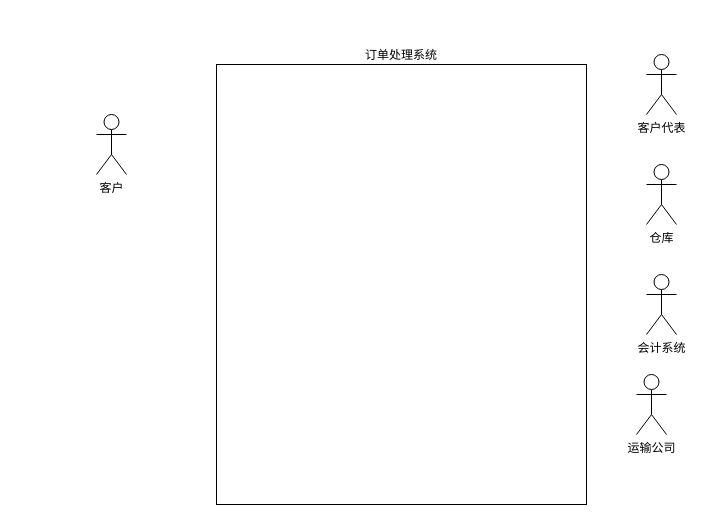
Above: orders_UseCase.drawio in yayaer123/drawio_demo (draw.io), before the change. Source tidied: cells renumbered, new cells numbered last; positions are measured from the earlier drawing's top-left corner, leaving out a move shared by most shapes. Both pictures are drawn from the tidied source at 100%, with x=0, y=0 at pixel (96, 54).
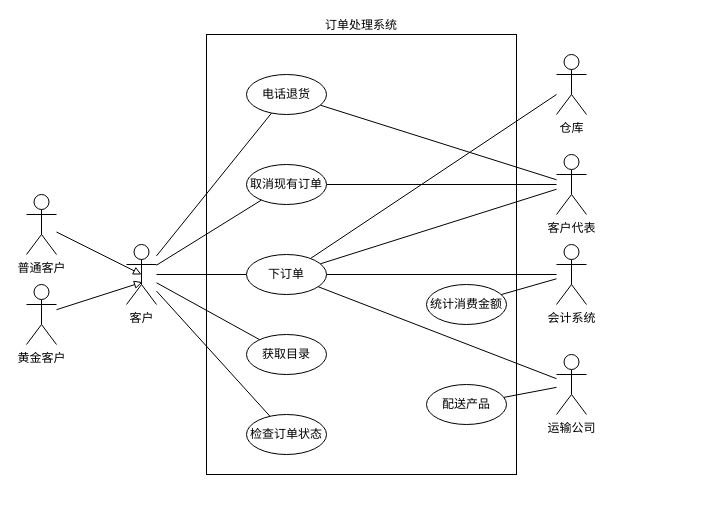
The same page after the edit.

Diff of the diagram source:
```diff
@@
     <mxCell id="2" value="订单处理系统" style="rounded=0;whiteSpace=wrap;html=1;labelPosition=center;verticalLabelPosition=top;align=center;verticalAlign=bottom;" parent="1" vertex="1">
-      <mxGeometry x="120" y="10" width="370" height="440" as="geometry" />
+      <mxGeometry x="110" y="-20" width="310" height="440" as="geometry" />
     </mxCell>
+    <mxCell id="8" style="rounded=0;jettySize=auto;html=1;endArrow=none;endFill=0;" parent="1" edge="1" source="3" target="21">
+      <mxGeometry relative="1" as="geometry" />
+    </mxCell>
+    <mxCell id="9" style="rounded=0;jettySize=auto;html=1;strokeColor=default;align=center;verticalAlign=middle;fontFamily=Helvetica;fontSize=11;fontColor=default;labelBackgroundColor=default;endArrow=none;endFill=0;" parent="1" edge="1" source="3" target="22">
+      <mxGeometry relative="1" as="geometry" />
+    </mxCell>
+    <mxCell id="10" style="rounded=0;jettySize=auto;html=1;strokeColor=default;align=center;verticalAlign=middle;fontFamily=Helvetica;fontSize=11;fontColor=default;labelBackgroundColor=default;endArrow=none;endFill=0;" parent="1" edge="1" source="3" target="23">
+      <mxGeometry relative="1" as="geometry" />
+    </mxCell>
+    <mxCell id="11" style="rounded=0;jettySize=auto;html=1;endArrow=none;endFill=0;" parent="1" edge="1" source="3" target="25">
+      <mxGeometry relative="1" as="geometry" />
+    </mxCell>
+    <mxCell id="12" style="rounded=0;jettySize=auto;html=1;endArrow=none;endFill=0;" parent="1" edge="1" source="3" target="24">
+      <mxGeometry relative="1" as="geometry" />
+    </mxCell>
     <mxCell id="3" value="客户" style="shape=umlActor;verticalLabelPosition=bottom;verticalAlign=top;html=1;" parent="1" vertex="1">
-      <mxGeometry y="60" width="30" height="60" as="geometry" />
+      <mxGeometry x="30" y="190" width="30" height="60" as="geometry" />
     </mxCell>
+    <mxCell id="13" style="rounded=0;jettySize=auto;html=1;endArrow=none;endFill=0;" parent="1" edge="1" source="4" target="21">
+      <mxGeometry relative="1" as="geometry" />
+    </mxCell>
     <mxCell id="4" value="仓库" style="shape=umlActor;verticalLabelPosition=bottom;verticalAlign=top;html=1;" parent="1" vertex="1">
-      <mxGeometry x="550" y="110" width="30" height="60" as="geometry" />
+      <mxGeometry x="460" width="30" height="60" as="geometry" />
     </mxCell>
+    <mxCell id="14" style="rounded=0;jettySize=auto;html=1;endArrow=none;endFill=0;" parent="1" edge="1" source="5" target="21">
+      <mxGeometry relative="1" as="geometry" />
+    </mxCell>
+    <mxCell id="15" style="rounded=0;jettySize=auto;html=1;endArrow=none;endFill=0;" parent="1" edge="1" source="5" target="24">
+      <mxGeometry relative="1" as="geometry" />
+    </mxCell>
+    <mxCell id="16" style="rounded=0;jettySize=auto;html=1;endArrow=none;endFill=0;" parent="1" edge="1" source="5" target="23">
+      <mxGeometry relative="1" as="geometry" />
+    </mxCell>
     <mxCell id="5" value="客户代表" style="shape=umlActor;verticalLabelPosition=bottom;verticalAlign=top;html=1;" parent="1" vertex="1">
-      <mxGeometry x="550" width="30" height="60" as="geometry" />
+      <mxGeometry x="460" y="100" width="30" height="60" as="geometry" />
     </mxCell>
+    <mxCell id="17" style="rounded=0;jettySize=auto;html=1;endArrow=none;endFill=0;" parent="1" edge="1" source="6" target="21">
+      <mxGeometry relative="1" as="geometry" />
+    </mxCell>
+    <mxCell id="18" style="rounded=0;jettySize=auto;html=1;endArrow=none;endFill=0;" parent="1" edge="1" source="6" target="27">
+      <mxGeometry relative="1" as="geometry" />
+    </mxCell>
     <mxCell id="6" value="会计系统" style="shape=umlActor;verticalLabelPosition=bottom;verticalAlign=top;html=1;" parent="1" vertex="1">
-      <mxGeometry x="550" y="220" width="30" height="60" as="geometry" />
+      <mxGeometry x="460" y="190" width="30" height="60" as="geometry" />
     </mxCell>
+    <mxCell id="19" style="rounded=0;jettySize=auto;html=1;endArrow=none;endFill=0;" parent="1" edge="1" source="7" target="26">
+      <mxGeometry relative="1" as="geometry" />
+    </mxCell>
+    <mxCell id="20" style="rounded=0;jettySize=auto;html=1;endArrow=none;endFill=0;" parent="1" edge="1" source="7" target="21">
+      <mxGeometry relative="1" as="geometry" />
+    </mxCell>
     <mxCell id="7" value="运输公司" style="shape=umlActor;verticalLabelPosition=bottom;verticalAlign=top;html=1;" parent="1" vertex="1">
-      <mxGeometry x="540" y="320" width="30" height="60" as="geometry" />
+      <mxGeometry x="460" y="300" width="30" height="60" as="geometry" />
     </mxCell>
+    <mxCell id="21" value="下订单" style="ellipse;whiteSpace=wrap;html=1;" parent="1" vertex="1">
+      <mxGeometry x="150" y="200" width="80" height="40" as="geometry" />
+    </mxCell>
+    <mxCell id="22" value="检查订单状态" style="ellipse;whiteSpace=wrap;html=1;" parent="1" vertex="1">
+      <mxGeometry x="150" y="360" width="80" height="40" as="geometry" />
+    </mxCell>
+    <mxCell id="23" value="取消现有订单" style="ellipse;whiteSpace=wrap;html=1;" parent="1" vertex="1">
+      <mxGeometry x="150" y="110" width="80" height="40" as="geometry" />
+    </mxCell>
+    <mxCell id="24" value="电话退货" style="ellipse;whiteSpace=wrap;html=1;" parent="1" vertex="1">
+      <mxGeometry x="150" y="20" width="80" height="40" as="geometry" />
+    </mxCell>
+    <mxCell id="25" value="获取目录" style="ellipse;whiteSpace=wrap;html=1;" parent="1" vertex="1">
+      <mxGeometry x="150" y="280" width="80" height="40" as="geometry" />
+    </mxCell>
+    <mxCell id="26" value="配送产品" style="ellipse;whiteSpace=wrap;html=1;" parent="1" vertex="1">
+      <mxGeometry x="330" y="330" width="80" height="40" as="geometry" />
+    </mxCell>
+    <mxCell id="27" value="统计消费金额" style="ellipse;whiteSpace=wrap;html=1;" parent="1" vertex="1">
+      <mxGeometry x="330" y="230" width="80" height="40" as="geometry" />
+    </mxCell>
+    <mxCell id="28" value="普通客户" style="shape=umlActor;verticalLabelPosition=bottom;verticalAlign=top;html=1;" parent="1" vertex="1">
+      <mxGeometry x="-70" y="140" width="30" height="60" as="geometry" />
+    </mxCell>
+    <mxCell id="29" value="黄金客户" style="shape=umlActor;verticalLabelPosition=bottom;verticalAlign=top;html=1;" parent="1" vertex="1">
+      <mxGeometry x="-70" y="230" width="30" height="60" as="geometry" />
+    </mxCell>
+    <mxCell id="30" style="rounded=0;jettySize=auto;html=1;entryX=0.5;entryY=0.5;entryDx=0;entryDy=0;entryPerimeter=0;endArrow=block;endFill=0;" parent="1" edge="1" source="28" target="3">
+      <mxGeometry relative="1" as="geometry" />
+    </mxCell>
+    <mxCell id="31" style="rounded=0;jettySize=auto;html=1;entryX=0.533;entryY=0.627;entryDx=0;entryDy=0;entryPerimeter=0;endArrow=block;endFill=0;" parent="1" edge="1" source="29" target="3">
+      <mxGeometry relative="1" as="geometry" />
+    </mxCell>
```
